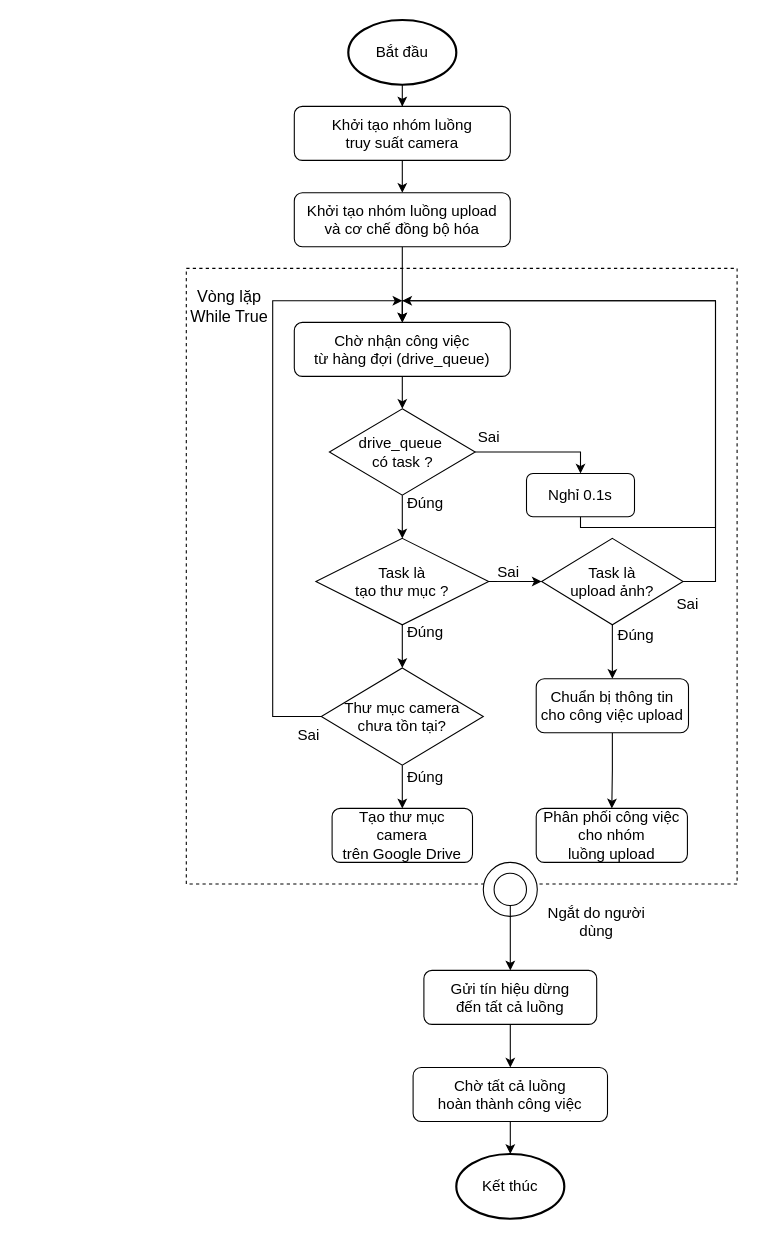
Before: fig/drawio/main_threading.drawio in Denzaro/DATN_Thesis, a draw.io diagram. Source tidied: cells renumbered, new cells numbered last; positions are measured from the earlier drawing's top-left corner, leaving out a move shared by most shapes. Both pictures are drawn from the tidied source at 108%, with x=0, y=0 at pixel (186, 19).
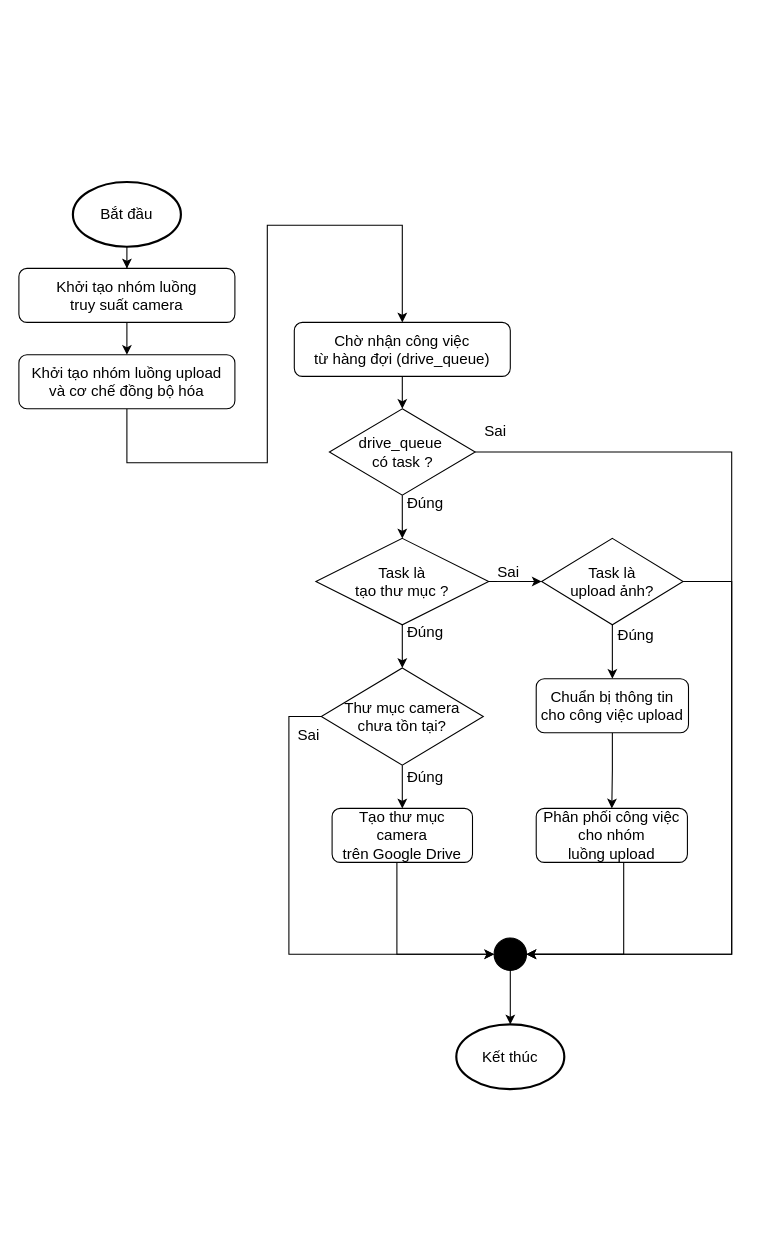
After the change.

The change refers to these unchanged cells:
```xml
<mxCell id="8" value="Chờ nhận công việc&lt;br&gt;từ hàng đợi (drive_queue)" style="rounded=1;whiteSpace=wrap;html=1;fontSize=14;" parent="1" vertex="1">
  <mxGeometry x="100" y="280" width="200" height="50" as="geometry" />
</mxCell>
<mxCell id="13" value="drive_queue&amp;nbsp;&lt;br&gt;có task ?" style="rhombus;whiteSpace=wrap;html=1;fontSize=14;" parent="1" vertex="1">
  <mxGeometry x="132.5" y="360" width="135" height="80" as="geometry" />
</mxCell>
<mxCell id="24" value="Thư mục camera&lt;br&gt;chưa tồn tại?" style="rhombus;whiteSpace=wrap;html=1;fontSize=14;" parent="1" vertex="1">
  <mxGeometry x="125" y="600" width="150" height="90" as="geometry" />
</mxCell>
<mxCell id="25" value="Tạo thư mục camera&lt;br&gt;trên Google Drive" style="rounded=1;whiteSpace=wrap;html=1;fontSize=14;" parent="1" vertex="1">
  <mxGeometry x="135" y="730" width="130" height="50" as="geometry" />
</mxCell>
<mxCell id="30" value="Task là &lt;br&gt;upload ảnh?" style="rhombus;whiteSpace=wrap;html=1;fontSize=14;" parent="1" vertex="1">
  <mxGeometry x="329" y="480" width="131" height="80" as="geometry" />
</mxCell>
<mxCell id="33" value="Phân phối công việc&lt;br&gt;cho nhóm &lt;br&gt;luồng upload" style="rounded=1;whiteSpace=wrap;html=1;fontSize=14;" parent="1" vertex="1">
  <mxGeometry x="324" y="730" width="140" height="50" as="geometry" />
</mxCell>
```

Change to the diagram source:
```diff
@@
-    <mxCell id="2" style="rounded=0;whiteSpace=wrap;html=1;dashed=1;" parent="1" vertex="1">
-      <mxGeometry y="230" width="510" height="570" as="geometry" />
-    </mxCell>
@@
     <mxCell id="4" value="Bắt đầu" style="strokeWidth=2;html=1;shape=mxgraph.flowchart.start_1;whiteSpace=wrap;fontSize=14;" parent="1" vertex="1">
-      <mxGeometry x="150" width="100" height="60" as="geometry" />
+      <mxGeometry x="-105" y="150" width="100" height="60" as="geometry" />
     </mxCell>
     <mxCell id="5" style="edgeStyle=orthogonalEdgeStyle;rounded=0;jettySize=auto;html=1;entryX=0.5;entryY=0;entryDx=0;entryDy=0;" parent="1" edge="1" source="6" target="8">
-      <mxGeometry relative="1" as="geometry" />
+      <mxGeometry relative="1" as="geometry">
+        <Array as="points">
+          <mxPoint x="-55" y="410" />
+          <mxPoint x="75" y="410" />
+          <mxPoint x="75" y="190" />
+          <mxPoint x="200" y="190" />
+        </Array>
+      </mxGeometry>
     </mxCell>
     <mxCell id="6" value="Khởi tạo nhóm luồng upload&lt;br&gt;và cơ chế đồng bộ hóa" style="rounded=1;whiteSpace=wrap;html=1;fontSize=14;" parent="1" vertex="1">
-      <mxGeometry x="100" y="160" width="200" height="50" as="geometry" />
+      <mxGeometry x="-155" y="310" width="200" height="50" as="geometry" />
     </mxCell>
@@
-    <mxCell id="11" style="edgeStyle=orthogonalEdgeStyle;rounded=0;jettySize=auto;html=1;entryX=0.5;entryY=0;entryDx=0;entryDy=0;" parent="1" edge="1" source="13" target="20">
-      <mxGeometry relative="1" as="geometry" />
-    </mxCell>
-    <mxCell id="12" value="Sai" style="edgeLabel;html=1;align=center;verticalAlign=middle;fontSize=14;" parent="11" vertex="1">
-      <mxGeometry x="-0.43" y="1" relative="1" as="geometry">
-        <mxPoint x="-21" y="-14" as="offset" />
-      </mxGeometry>
-    </mxCell>
@@
-    <mxCell id="19" style="edgeStyle=orthogonalEdgeStyle;rounded=0;jettySize=auto;html=1;entryX=0.5;entryY=0;entryDx=0;entryDy=0;" parent="1" edge="1" source="20" target="8">
-      <mxGeometry relative="1" as="geometry">
-        <Array as="points">
-          <mxPoint x="365" y="470" />
-          <mxPoint x="490" y="470" />
-          <mxPoint x="490" y="260" />
-          <mxPoint x="200" y="260" />
-        </Array>
-      </mxGeometry>
-    </mxCell>
-    <mxCell id="20" value="Nghỉ 0.1s" style="rounded=1;whiteSpace=wrap;html=1;fontSize=14;" parent="1" vertex="1">
-      <mxGeometry x="315" y="420" width="100" height="40" as="geometry" />
-    </mxCell>
@@
-    <mxCell id="23" style="edgeStyle=orthogonalEdgeStyle;rounded=0;jettySize=auto;html=1;" parent="1" edge="1" source="24">
-      <mxGeometry relative="1" as="geometry">
-        <mxPoint x="200" y="260" as="targetPoint" />
-        <Array as="points">
-          <mxPoint x="80" y="645" />
-          <mxPoint x="80" y="260" />
-        </Array>
-      </mxGeometry>
-    </mxCell>
@@
-    <mxCell id="26" style="edgeStyle=orthogonalEdgeStyle;rounded=0;jettySize=auto;html=1;" parent="1" edge="1" source="30">
-      <mxGeometry relative="1" as="geometry">
-        <mxPoint x="200" y="260" as="targetPoint" />
-        <Array as="points">
-          <mxPoint x="490" y="520" />
-          <mxPoint x="490" y="260" />
-        </Array>
-      </mxGeometry>
-    </mxCell>
-    <mxCell id="27" value="Sai" style="edgeLabel;html=1;align=center;verticalAlign=middle;fontSize=14;" parent="26" vertex="1">
-      <mxGeometry x="-0.94" y="-1" relative="1" as="geometry">
-        <mxPoint x="-14" y="19" as="offset" />
-      </mxGeometry>
-    </mxCell>
@@
-    <mxCell id="34" value="&lt;font style=&quot;font-size: 15px;&quot;&gt;Vòng lặp&lt;br&gt;While True&lt;/font&gt;" style="text;html=1;whiteSpace=wrap;strokeColor=none;fillColor=none;align=center;verticalAlign=middle;rounded=0;" parent="1" vertex="1">
-      <mxGeometry y="250" width="80" height="30" as="geometry" />
-    </mxCell>
-    <mxCell id="35" style="verticalLabelPosition=bottom;verticalAlign=top;html=1;shape=mxgraph.flowchart.on-page_reference;" parent="1" vertex="1">
-      <mxGeometry x="275" y="780" width="50" height="50" as="geometry" />
-    </mxCell>
-    <mxCell id="36" style="edgeStyle=orthogonalEdgeStyle;rounded=0;jettySize=auto;html=1;" parent="1" edge="1" source="37" target="40">
-      <mxGeometry relative="1" as="geometry" />
-    </mxCell>
-    <mxCell id="37" style="verticalLabelPosition=bottom;verticalAlign=top;html=1;shape=mxgraph.flowchart.on-page_reference;" parent="1" vertex="1">
-      <mxGeometry x="285" y="790" width="30" height="30" as="geometry" />
-    </mxCell>
-    <mxCell id="38" value="Ngắt do người dùng" style="text;html=1;whiteSpace=wrap;strokeColor=none;fillColor=none;align=center;verticalAlign=middle;rounded=0;fontSize=14;" parent="1" vertex="1">
-      <mxGeometry x="325" y="820" width="110" height="30" as="geometry" />
-    </mxCell>
-    <mxCell id="39" style="edgeStyle=orthogonalEdgeStyle;rounded=0;jettySize=auto;html=1;entryX=0.5;entryY=0;entryDx=0;entryDy=0;" parent="1" edge="1" source="40" target="41">
-      <mxGeometry relative="1" as="geometry" />
-    </mxCell>
-    <mxCell id="40" value="Gửi tín hiệu dừng&lt;br&gt;đến tất cả luồng" style="rounded=1;whiteSpace=wrap;html=1;fontSize=14;" parent="1" vertex="1">
-      <mxGeometry x="220" y="880" width="160" height="50" as="geometry" />
-    </mxCell>
-    <mxCell id="41" value="Chờ tất cả luồng&lt;br&gt;hoàn thành công việc" style="rounded=1;whiteSpace=wrap;html=1;fontSize=14;" parent="1" vertex="1">
-      <mxGeometry x="210" y="970" width="180" height="50" as="geometry" />
-    </mxCell>
-    <mxCell id="42" value="Kết thúc" style="strokeWidth=2;html=1;shape=mxgraph.flowchart.start_1;whiteSpace=wrap;fontSize=14;" parent="1" vertex="1">
-      <mxGeometry x="250" y="1050" width="100" height="60" as="geometry" />
-    </mxCell>
-    <mxCell id="43" style="edgeStyle=orthogonalEdgeStyle;rounded=0;jettySize=auto;html=1;entryX=0.5;entryY=0;entryDx=0;entryDy=0;entryPerimeter=0;" parent="1" edge="1" source="41" target="42">
-      <mxGeometry relative="1" as="geometry" />
-    </mxCell>
@@
     <mxCell id="45" value="Khởi tạo nhóm luồng &lt;br&gt;truy suất camera" style="rounded=1;whiteSpace=wrap;html=1;fontSize=14;" parent="1" vertex="1">
-      <mxGeometry x="100" y="80" width="200" height="50" as="geometry" />
+      <mxGeometry x="-155" y="230" width="200" height="50" as="geometry" />
     </mxCell>
@@
+    <mxCell id="42" value="Kết thúc" style="strokeWidth=2;html=1;shape=mxgraph.flowchart.start_1;whiteSpace=wrap;fontSize=14;" parent="1" vertex="1">
+      <mxGeometry x="250" y="930" width="100" height="60" as="geometry" />
+    </mxCell>
+    <mxCell id="47" style="verticalLabelPosition=bottom;verticalAlign=top;html=1;shape=mxgraph.flowchart.on-page_reference;fillColor=light-dark(#000000,#FFFFFF);" parent="1" vertex="1">
+      <mxGeometry x="285" y="850" width="30" height="30" as="geometry" />
+    </mxCell>
+    <mxCell id="48" style="edgeStyle=orthogonalEdgeStyle;rounded=0;jettySize=auto;html=1;entryX=0;entryY=0.5;entryDx=0;entryDy=0;entryPerimeter=0;" parent="1" edge="1" source="25" target="47">
+      <mxGeometry relative="1" as="geometry">
+        <Array as="points">
+          <mxPoint x="195" y="865" />
+        </Array>
+      </mxGeometry>
+    </mxCell>
+    <mxCell id="49" style="edgeStyle=orthogonalEdgeStyle;rounded=0;jettySize=auto;html=1;entryX=1;entryY=0.5;entryDx=0;entryDy=0;entryPerimeter=0;" parent="1" edge="1" source="33" target="47">
+      <mxGeometry relative="1" as="geometry">
+        <Array as="points">
+          <mxPoint x="405" y="865" />
+        </Array>
+      </mxGeometry>
+    </mxCell>
+    <mxCell id="50" style="edgeStyle=orthogonalEdgeStyle;rounded=0;jettySize=auto;html=1;entryX=0.5;entryY=0;entryDx=0;entryDy=0;entryPerimeter=0;" parent="1" edge="1" source="47" target="42">
+      <mxGeometry relative="1" as="geometry" />
+    </mxCell>
+    <mxCell id="51" style="edgeStyle=orthogonalEdgeStyle;rounded=0;jettySize=auto;html=1;entryX=0;entryY=0.5;entryDx=0;entryDy=0;entryPerimeter=0;" parent="1" edge="1" source="24" target="47">
+      <mxGeometry relative="1" as="geometry">
+        <Array as="points">
+          <mxPoint x="95" y="645" />
+          <mxPoint x="95" y="865" />
+        </Array>
+      </mxGeometry>
+    </mxCell>
+    <mxCell id="52" style="edgeStyle=orthogonalEdgeStyle;rounded=0;jettySize=auto;html=1;entryX=1;entryY=0.5;entryDx=0;entryDy=0;entryPerimeter=0;" parent="1" edge="1" source="30" target="47">
+      <mxGeometry relative="1" as="geometry">
+        <Array as="points">
+          <mxPoint x="505" y="520" />
+          <mxPoint x="505" y="865" />
+        </Array>
+      </mxGeometry>
+    </mxCell>
+    <mxCell id="53" style="edgeStyle=orthogonalEdgeStyle;rounded=0;jettySize=auto;html=1;entryX=1;entryY=0.5;entryDx=0;entryDy=0;entryPerimeter=0;" parent="1" edge="1" source="13" target="47">
+      <mxGeometry relative="1" as="geometry">
+        <Array as="points">
+          <mxPoint x="505" y="400" />
+          <mxPoint x="505" y="865" />
+        </Array>
+      </mxGeometry>
+    </mxCell>
+    <mxCell id="54" value="Sai" style="edgeLabel;html=1;align=center;verticalAlign=middle;fontSize=14;" parent="1" vertex="1">
+      <mxGeometry x="285" y="380" as="geometry" />
+    </mxCell>
```
